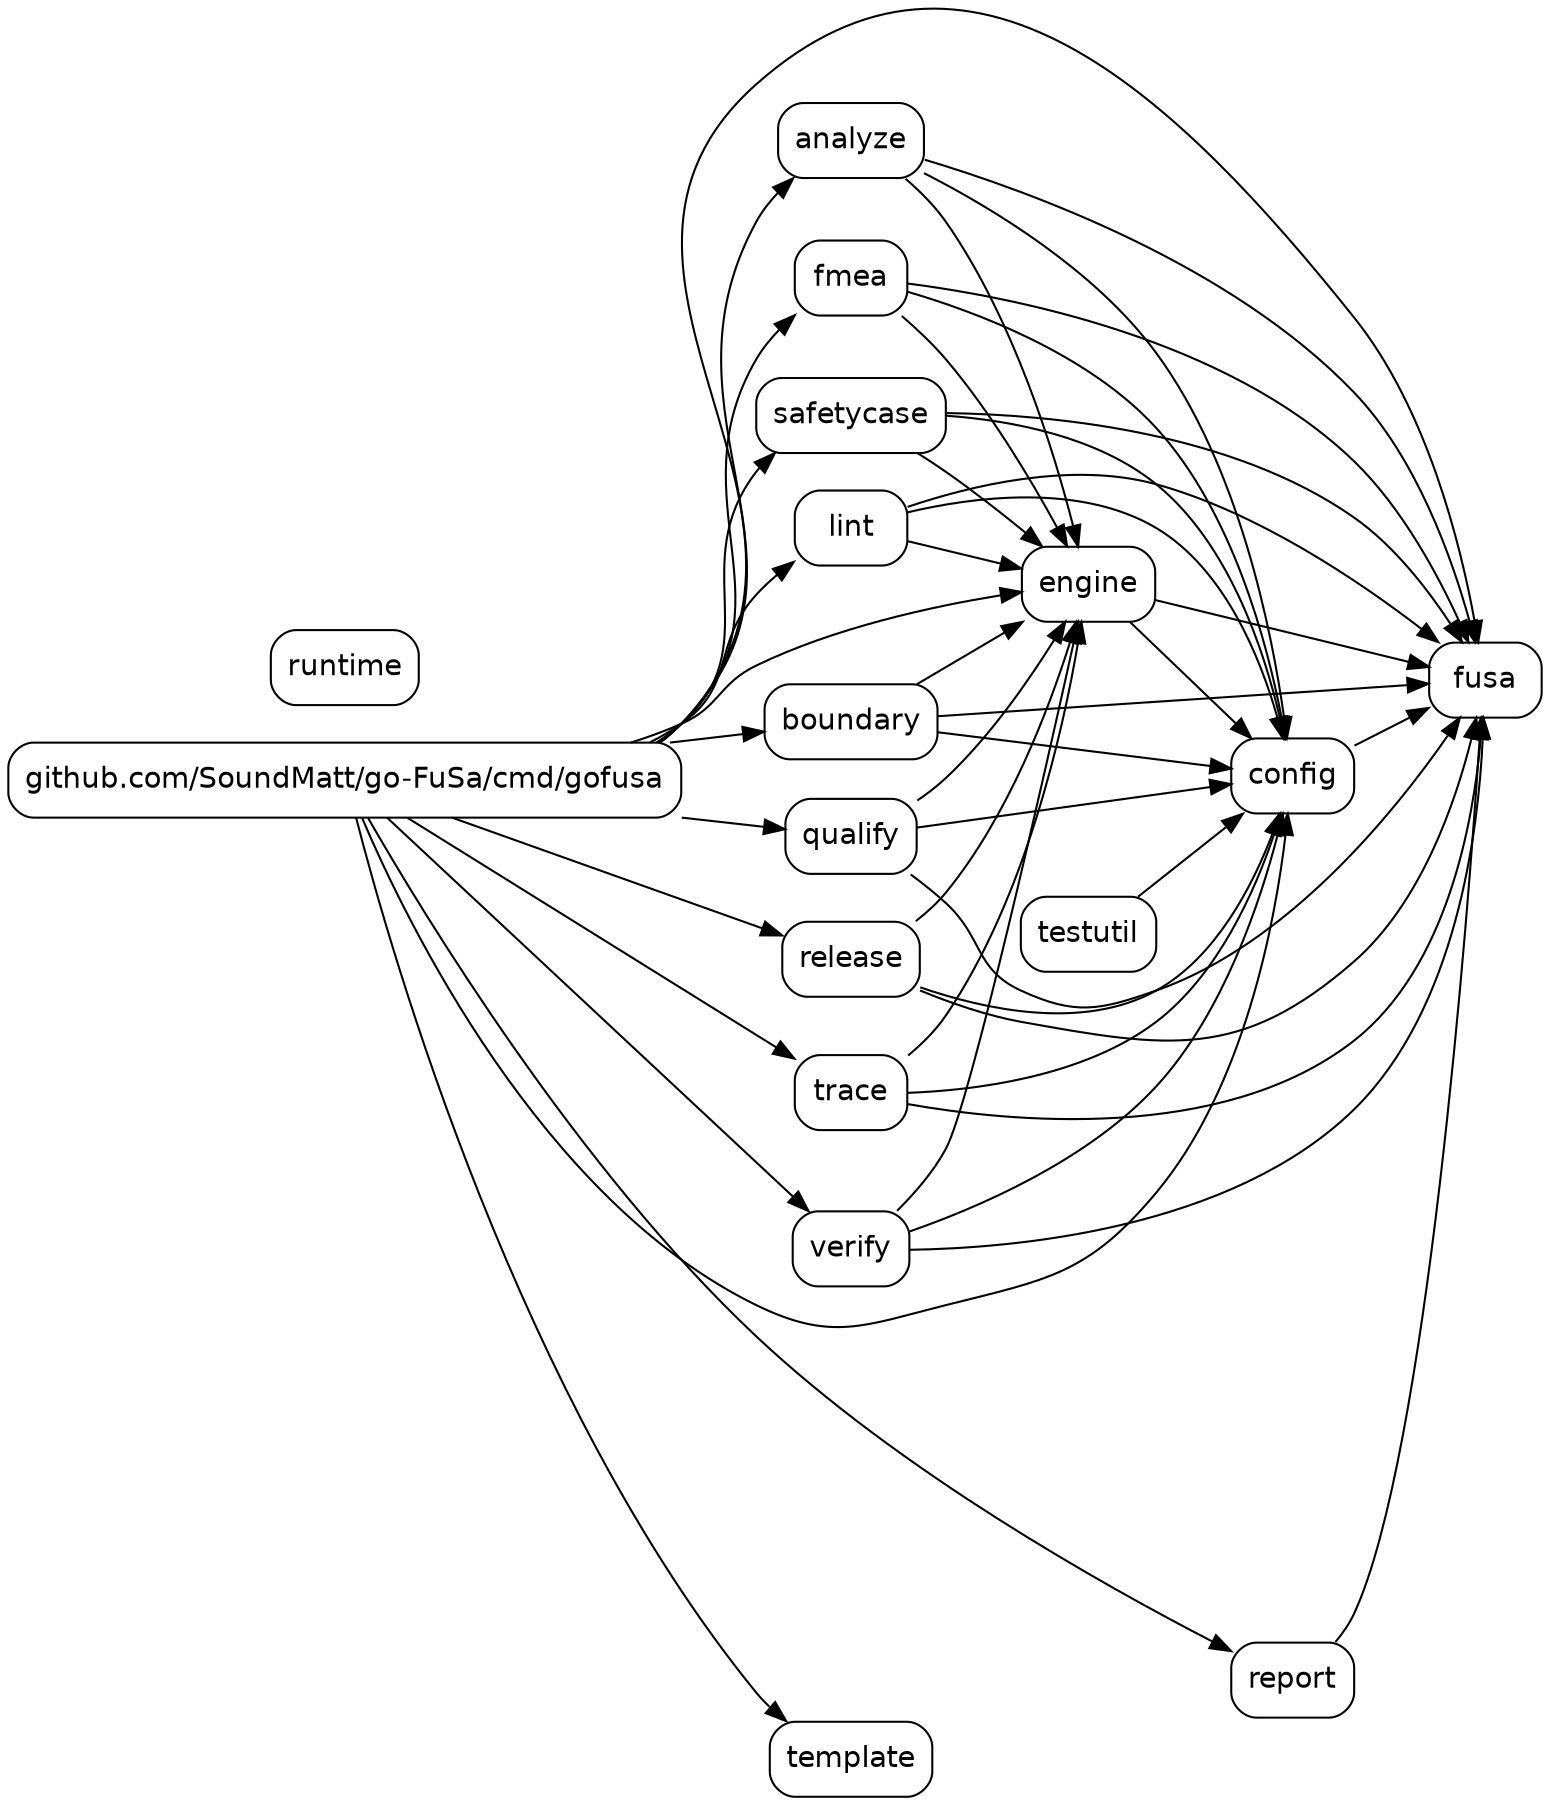
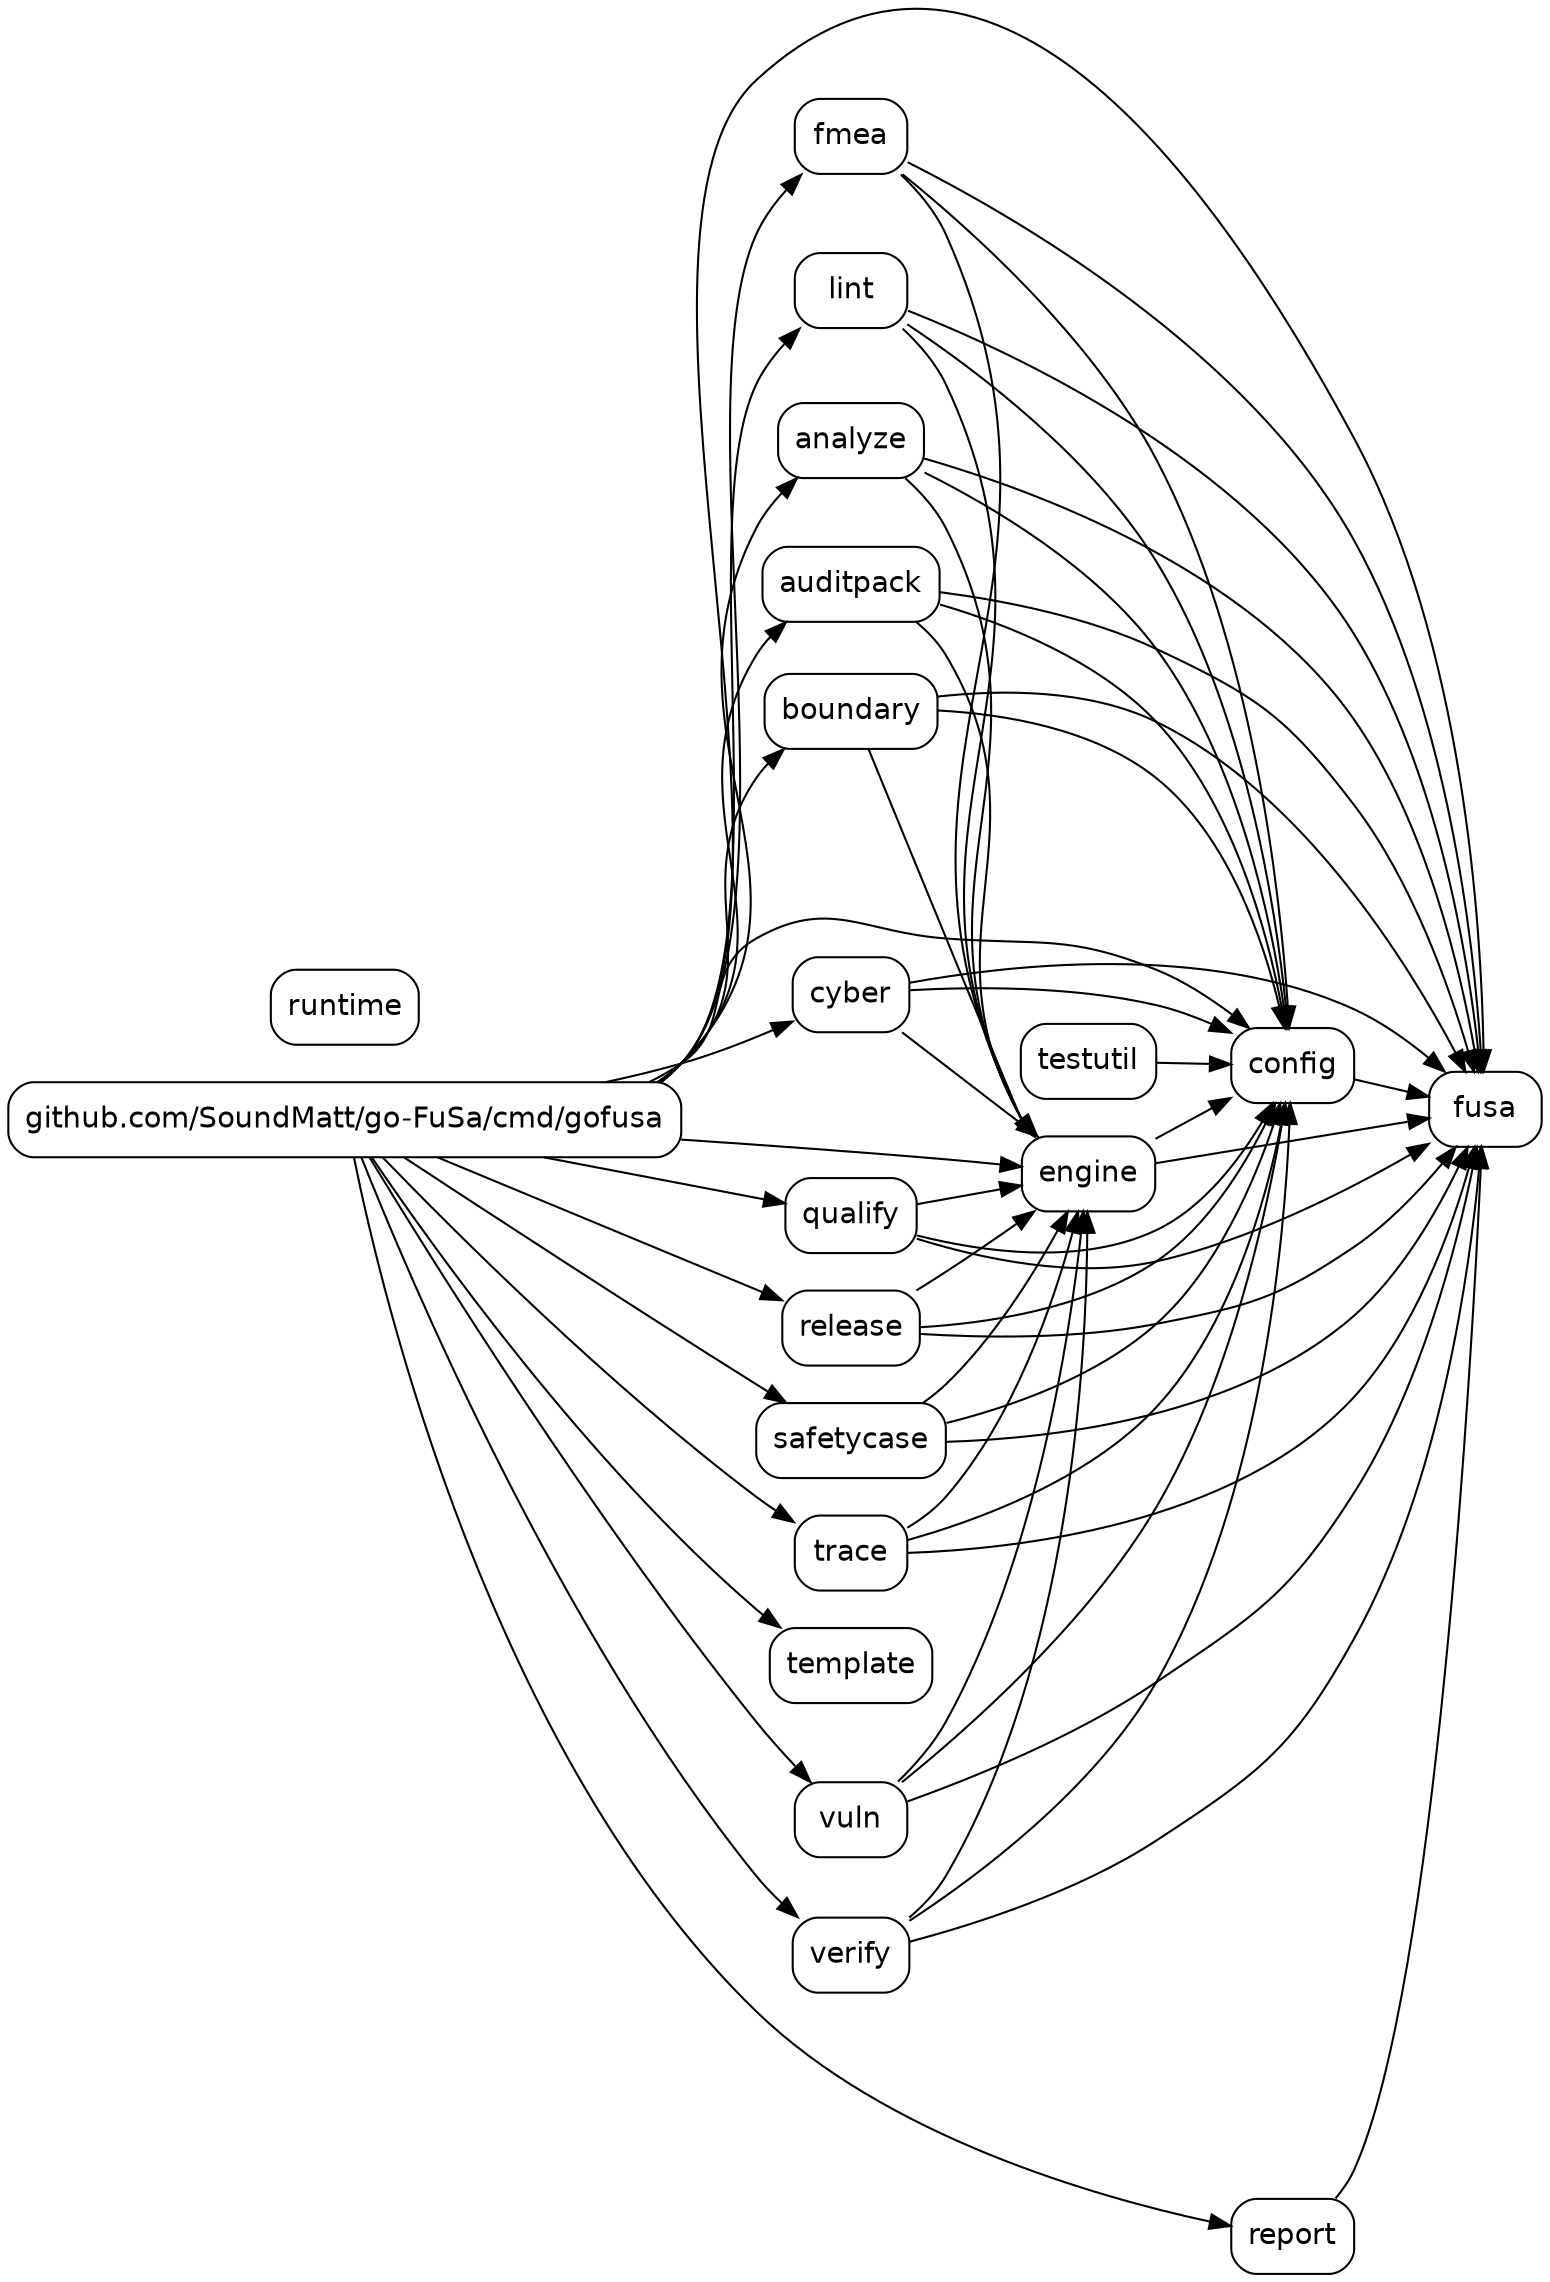
// Module: github.com/SoundMatt/go-FuSa
- // Generated: 2026-06-08T18:01:48Z
+ // Generated: 2026-06-08T19:51:15Z
digraph {
    rankdir=LR
    node [shape=box style=rounded fontname=Helvetica]

    "github_com_SoundMatt_go_FuSa" [label="fusa"]
    "github_com_SoundMatt_go_FuSa_analyze" [label="analyze"]
+     "github_com_SoundMatt_go_FuSa_auditpack" [label="auditpack"]
    "github_com_SoundMatt_go_FuSa_boundary" [label="boundary"]
    "github_com_SoundMatt_go_FuSa_cmd_gofusa" [label="github.com/SoundMatt/go-FuSa/cmd/gofusa"]
    "github_com_SoundMatt_go_FuSa_config" [label="config"]
+     "github_com_SoundMatt_go_FuSa_cyber" [label="cyber"]
    "github_com_SoundMatt_go_FuSa_engine" [label="engine"]
    "github_com_SoundMatt_go_FuSa_fmea" [label="fmea"]
    "github_com_SoundMatt_go_FuSa_lint" [label="lint"]
    "github_com_SoundMatt_go_FuSa_qualify" [label="qualify"]
    "github_com_SoundMatt_go_FuSa_release" [label="release"]
    "github_com_SoundMatt_go_FuSa_report" [label="report"]
    "github_com_SoundMatt_go_FuSa_runtime" [label="runtime"]
    "github_com_SoundMatt_go_FuSa_safetycase" [label="safetycase"]
    "github_com_SoundMatt_go_FuSa_template" [label="template"]
    "github_com_SoundMatt_go_FuSa_testutil" [label="testutil"]
    "github_com_SoundMatt_go_FuSa_trace" [label="trace"]
    "github_com_SoundMatt_go_FuSa_verify" [label="verify"]
+     "github_com_SoundMatt_go_FuSa_vuln" [label="vuln"]

    "github_com_SoundMatt_go_FuSa_analyze" -> "github_com_SoundMatt_go_FuSa"
    "github_com_SoundMatt_go_FuSa_analyze" -> "github_com_SoundMatt_go_FuSa_config"
    "github_com_SoundMatt_go_FuSa_analyze" -> "github_com_SoundMatt_go_FuSa_engine"
+     "github_com_SoundMatt_go_FuSa_auditpack" -> "github_com_SoundMatt_go_FuSa"
+     "github_com_SoundMatt_go_FuSa_auditpack" -> "github_com_SoundMatt_go_FuSa_config"
+     "github_com_SoundMatt_go_FuSa_auditpack" -> "github_com_SoundMatt_go_FuSa_engine"
    "github_com_SoundMatt_go_FuSa_boundary" -> "github_com_SoundMatt_go_FuSa"
    "github_com_SoundMatt_go_FuSa_boundary" -> "github_com_SoundMatt_go_FuSa_config"
    "github_com_SoundMatt_go_FuSa_boundary" -> "github_com_SoundMatt_go_FuSa_engine"
    "github_com_SoundMatt_go_FuSa_cmd_gofusa" -> "github_com_SoundMatt_go_FuSa"
    "github_com_SoundMatt_go_FuSa_cmd_gofusa" -> "github_com_SoundMatt_go_FuSa_analyze"
+     "github_com_SoundMatt_go_FuSa_cmd_gofusa" -> "github_com_SoundMatt_go_FuSa_auditpack"
    "github_com_SoundMatt_go_FuSa_cmd_gofusa" -> "github_com_SoundMatt_go_FuSa_boundary"
    "github_com_SoundMatt_go_FuSa_cmd_gofusa" -> "github_com_SoundMatt_go_FuSa_config"
+     "github_com_SoundMatt_go_FuSa_cmd_gofusa" -> "github_com_SoundMatt_go_FuSa_cyber"
    "github_com_SoundMatt_go_FuSa_cmd_gofusa" -> "github_com_SoundMatt_go_FuSa_engine"
    "github_com_SoundMatt_go_FuSa_cmd_gofusa" -> "github_com_SoundMatt_go_FuSa_fmea"
    "github_com_SoundMatt_go_FuSa_cmd_gofusa" -> "github_com_SoundMatt_go_FuSa_lint"
    "github_com_SoundMatt_go_FuSa_cmd_gofusa" -> "github_com_SoundMatt_go_FuSa_qualify"
    "github_com_SoundMatt_go_FuSa_cmd_gofusa" -> "github_com_SoundMatt_go_FuSa_release"
    "github_com_SoundMatt_go_FuSa_cmd_gofusa" -> "github_com_SoundMatt_go_FuSa_report"
    "github_com_SoundMatt_go_FuSa_cmd_gofusa" -> "github_com_SoundMatt_go_FuSa_safetycase"
    "github_com_SoundMatt_go_FuSa_cmd_gofusa" -> "github_com_SoundMatt_go_FuSa_template"
    "github_com_SoundMatt_go_FuSa_cmd_gofusa" -> "github_com_SoundMatt_go_FuSa_trace"
    "github_com_SoundMatt_go_FuSa_cmd_gofusa" -> "github_com_SoundMatt_go_FuSa_verify"
+     "github_com_SoundMatt_go_FuSa_cmd_gofusa" -> "github_com_SoundMatt_go_FuSa_vuln"
    "github_com_SoundMatt_go_FuSa_config" -> "github_com_SoundMatt_go_FuSa"
+     "github_com_SoundMatt_go_FuSa_cyber" -> "github_com_SoundMatt_go_FuSa"
+     "github_com_SoundMatt_go_FuSa_cyber" -> "github_com_SoundMatt_go_FuSa_config"
+     "github_com_SoundMatt_go_FuSa_cyber" -> "github_com_SoundMatt_go_FuSa_engine"
    "github_com_SoundMatt_go_FuSa_engine" -> "github_com_SoundMatt_go_FuSa"
    "github_com_SoundMatt_go_FuSa_engine" -> "github_com_SoundMatt_go_FuSa_config"
    "github_com_SoundMatt_go_FuSa_fmea" -> "github_com_SoundMatt_go_FuSa"
    "github_com_SoundMatt_go_FuSa_fmea" -> "github_com_SoundMatt_go_FuSa_config"
    "github_com_SoundMatt_go_FuSa_fmea" -> "github_com_SoundMatt_go_FuSa_engine"
    "github_com_SoundMatt_go_FuSa_lint" -> "github_com_SoundMatt_go_FuSa"
    "github_com_SoundMatt_go_FuSa_lint" -> "github_com_SoundMatt_go_FuSa_config"
    "github_com_SoundMatt_go_FuSa_lint" -> "github_com_SoundMatt_go_FuSa_engine"
    "github_com_SoundMatt_go_FuSa_qualify" -> "github_com_SoundMatt_go_FuSa"
    "github_com_SoundMatt_go_FuSa_qualify" -> "github_com_SoundMatt_go_FuSa_config"
    "github_com_SoundMatt_go_FuSa_qualify" -> "github_com_SoundMatt_go_FuSa_engine"
    "github_com_SoundMatt_go_FuSa_release" -> "github_com_SoundMatt_go_FuSa"
    "github_com_SoundMatt_go_FuSa_release" -> "github_com_SoundMatt_go_FuSa_config"
    "github_com_SoundMatt_go_FuSa_release" -> "github_com_SoundMatt_go_FuSa_engine"
    "github_com_SoundMatt_go_FuSa_report" -> "github_com_SoundMatt_go_FuSa"
    "github_com_SoundMatt_go_FuSa_safetycase" -> "github_com_SoundMatt_go_FuSa"
    "github_com_SoundMatt_go_FuSa_safetycase" -> "github_com_SoundMatt_go_FuSa_config"
    "github_com_SoundMatt_go_FuSa_safetycase" -> "github_com_SoundMatt_go_FuSa_engine"
    "github_com_SoundMatt_go_FuSa_testutil" -> "github_com_SoundMatt_go_FuSa_config"
    "github_com_SoundMatt_go_FuSa_trace" -> "github_com_SoundMatt_go_FuSa"
    "github_com_SoundMatt_go_FuSa_trace" -> "github_com_SoundMatt_go_FuSa_config"
    "github_com_SoundMatt_go_FuSa_trace" -> "github_com_SoundMatt_go_FuSa_engine"
    "github_com_SoundMatt_go_FuSa_verify" -> "github_com_SoundMatt_go_FuSa"
    "github_com_SoundMatt_go_FuSa_verify" -> "github_com_SoundMatt_go_FuSa_config"
    "github_com_SoundMatt_go_FuSa_verify" -> "github_com_SoundMatt_go_FuSa_engine"
+     "github_com_SoundMatt_go_FuSa_vuln" -> "github_com_SoundMatt_go_FuSa"
+     "github_com_SoundMatt_go_FuSa_vuln" -> "github_com_SoundMatt_go_FuSa_config"
+     "github_com_SoundMatt_go_FuSa_vuln" -> "github_com_SoundMatt_go_FuSa_engine"
}
